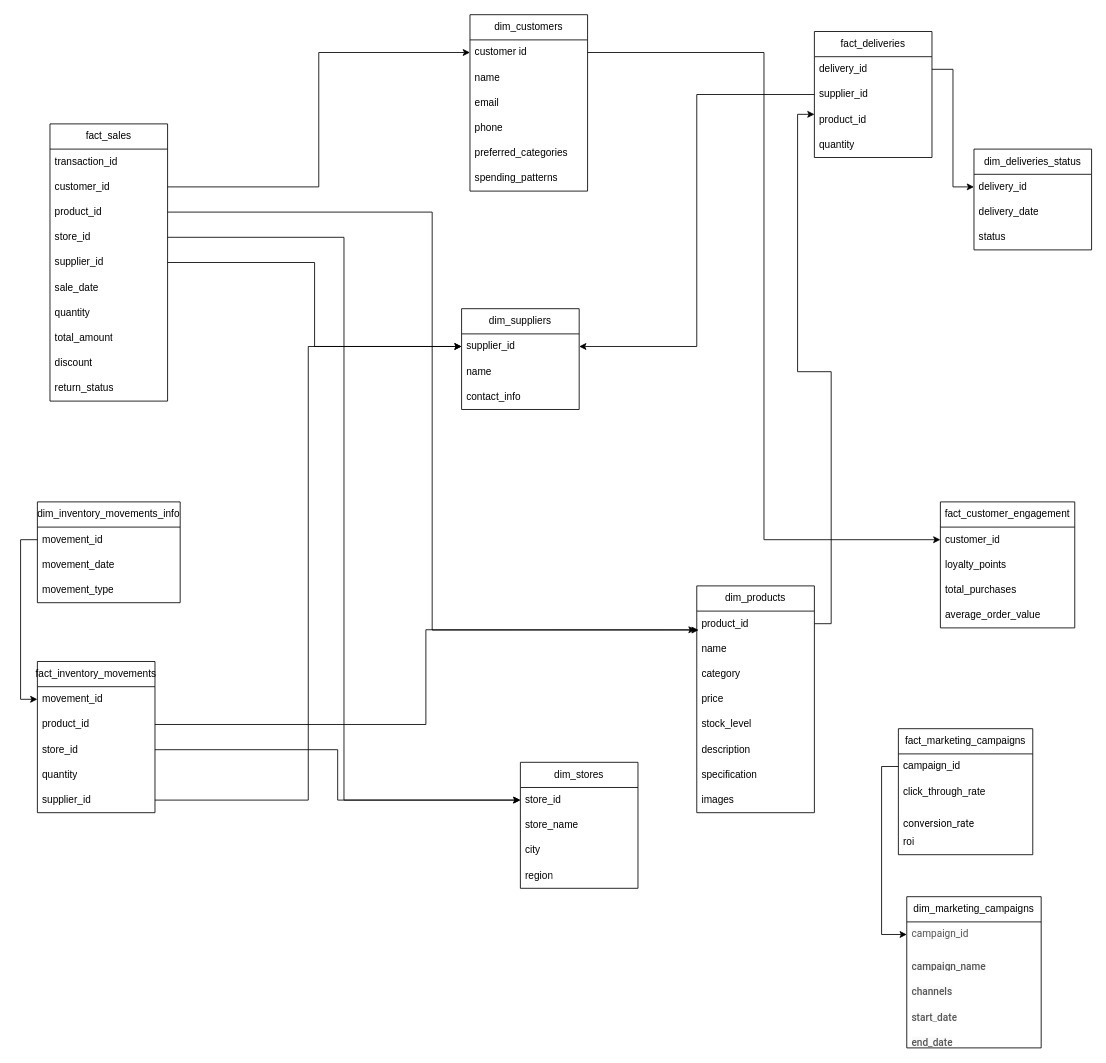
This is erd/physical_model.drawio from NeonStone7/RetailXpress_datawarehouse, a draw.io file, before an edit. Source tidied: cells renumbered, new cells numbered last; positions are measured from the earlier drawing's top-left corner, leaving out a move shared by most shapes. Both pictures are drawn from the tidied source at 84%, with x=0, y=0 at pixel (37, 14).
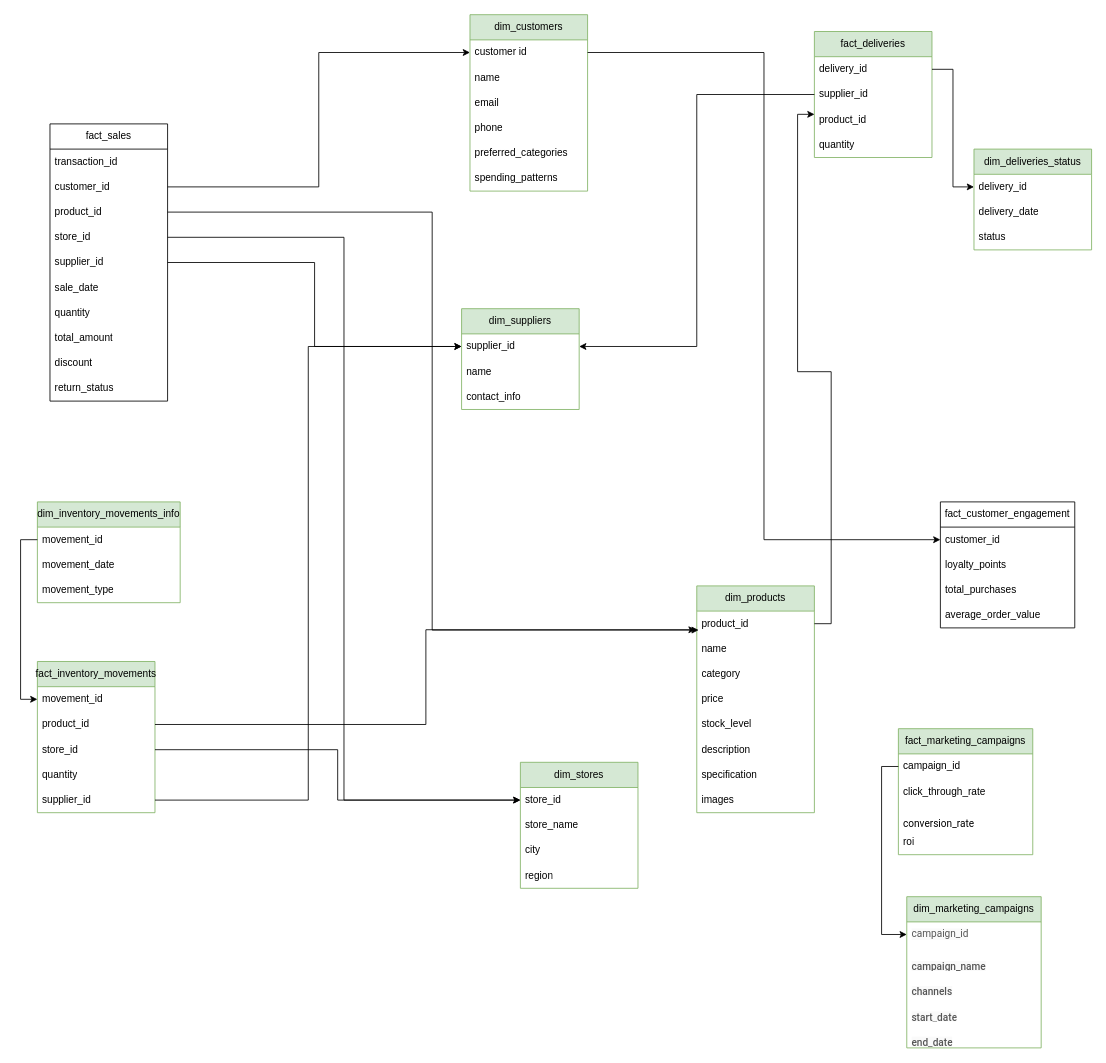
The same page after the edit.

Change to the diagram source:
```diff
@@
-    <mxCell id="13" value="dim_customers" style="swimlane;fontStyle=0;horizontal=1;startSize=30;whiteSpace=wrap;html=1;" parent="1" vertex="1">
+    <mxCell id="13" value="dim_customers" style="swimlane;fontStyle=0;horizontal=1;startSize=30;whiteSpace=wrap;html=1;fillColor=#d5e8d4;strokeColor=#82b366;" parent="1" vertex="1">
       <mxGeometry x="515" width="140" height="210" as="geometry" />
     </mxCell>
@@
-    <mxCell id="20" value="dim_suppliers" style="swimlane;fontStyle=0;horizontal=1;startSize=30;whiteSpace=wrap;html=1;" parent="1" vertex="1">
+    <mxCell id="20" value="dim_suppliers" style="swimlane;fontStyle=0;horizontal=1;startSize=30;whiteSpace=wrap;html=1;fillColor=#d5e8d4;strokeColor=#82b366;" parent="1" vertex="1">
       <mxGeometry x="505" y="350" width="140" height="120" as="geometry" />
     </mxCell>
@@
-    <mxCell id="24" value="dim_stores" style="swimlane;fontStyle=0;horizontal=1;startSize=30;whiteSpace=wrap;html=1;" parent="1" vertex="1">
+    <mxCell id="24" value="dim_stores" style="swimlane;fontStyle=0;horizontal=1;startSize=30;whiteSpace=wrap;html=1;fillColor=#d5e8d4;strokeColor=#82b366;" parent="1" vertex="1">
       <mxGeometry x="575" y="890" width="140" height="150" as="geometry" />
     </mxCell>
@@
-    <mxCell id="29" value="fact_marketing_campaigns" style="swimlane;fontStyle=0;horizontal=1;startSize=30;whiteSpace=wrap;html=1;" parent="1" vertex="1">
+    <mxCell id="29" value="fact_marketing_campaigns" style="swimlane;fontStyle=0;horizontal=1;startSize=30;whiteSpace=wrap;html=1;fillColor=#d5e8d4;strokeColor=#82b366;" parent="1" vertex="1">
       <mxGeometry x="1025" y="850" width="160" height="150" as="geometry" />
     </mxCell>
@@
-    <mxCell id="34" value="dim_marketing_campaigns" style="swimlane;fontStyle=0;horizontal=1;startSize=30;whiteSpace=wrap;html=1;" parent="1" vertex="1">
+    <mxCell id="34" value="dim_marketing_campaigns" style="swimlane;fontStyle=0;horizontal=1;startSize=30;whiteSpace=wrap;html=1;fillColor=#d5e8d4;strokeColor=#82b366;" parent="1" vertex="1">
       <mxGeometry x="1035" y="1050" width="160" height="180" as="geometry" />
     </mxCell>
@@
-    <mxCell id="40" value="fact_inventory_movements" style="swimlane;fontStyle=0;horizontal=1;startSize=30;whiteSpace=wrap;html=1;" parent="1" vertex="1">
+    <mxCell id="40" value="fact_inventory_movements" style="swimlane;fontStyle=0;horizontal=1;startSize=30;whiteSpace=wrap;html=1;fillColor=#d5e8d4;strokeColor=#82b366;" parent="1" vertex="1">
       <mxGeometry y="770" width="140" height="180" as="geometry" />
     </mxCell>
@@
-    <mxCell id="46" value="dim_inventory_movements_info" style="swimlane;fontStyle=0;horizontal=1;startSize=30;whiteSpace=wrap;html=1;" parent="1" vertex="1">
+    <mxCell id="46" value="dim_inventory_movements_info" style="swimlane;fontStyle=0;horizontal=1;startSize=30;whiteSpace=wrap;html=1;fillColor=#d5e8d4;strokeColor=#82b366;" parent="1" vertex="1">
       <mxGeometry y="580" width="170" height="120" as="geometry" />
     </mxCell>
@@
-    <mxCell id="50" value="fact_deliveries" style="swimlane;fontStyle=0;horizontal=1;startSize=30;whiteSpace=wrap;html=1;" parent="1" vertex="1">
+    <mxCell id="50" value="fact_deliveries" style="swimlane;fontStyle=0;horizontal=1;startSize=30;whiteSpace=wrap;html=1;fillColor=#d5e8d4;strokeColor=#82b366;" parent="1" vertex="1">
       <mxGeometry x="925" y="20" width="140" height="150" as="geometry" />
     </mxCell>
@@
-    <mxCell id="55" value="dim_deliveries_status" style="swimlane;fontStyle=0;horizontal=1;startSize=30;whiteSpace=wrap;html=1;" parent="1" vertex="1">
+    <mxCell id="55" value="dim_deliveries_status" style="swimlane;fontStyle=0;horizontal=1;startSize=30;whiteSpace=wrap;html=1;fillColor=#d5e8d4;strokeColor=#82b366;" parent="1" vertex="1">
       <mxGeometry x="1115" y="160" width="140" height="120" as="geometry" />
     </mxCell>
@@
-    <mxCell id="64" value="dim_products" style="swimlane;fontStyle=0;horizontal=1;startSize=30;whiteSpace=wrap;html=1;" parent="1" vertex="1">
+    <mxCell id="64" value="dim_products" style="swimlane;fontStyle=0;horizontal=1;startSize=30;whiteSpace=wrap;html=1;fillColor=#d5e8d4;strokeColor=#82b366;" parent="1" vertex="1">
       <mxGeometry x="785" y="680" width="140" height="270" as="geometry" />
     </mxCell>
```
